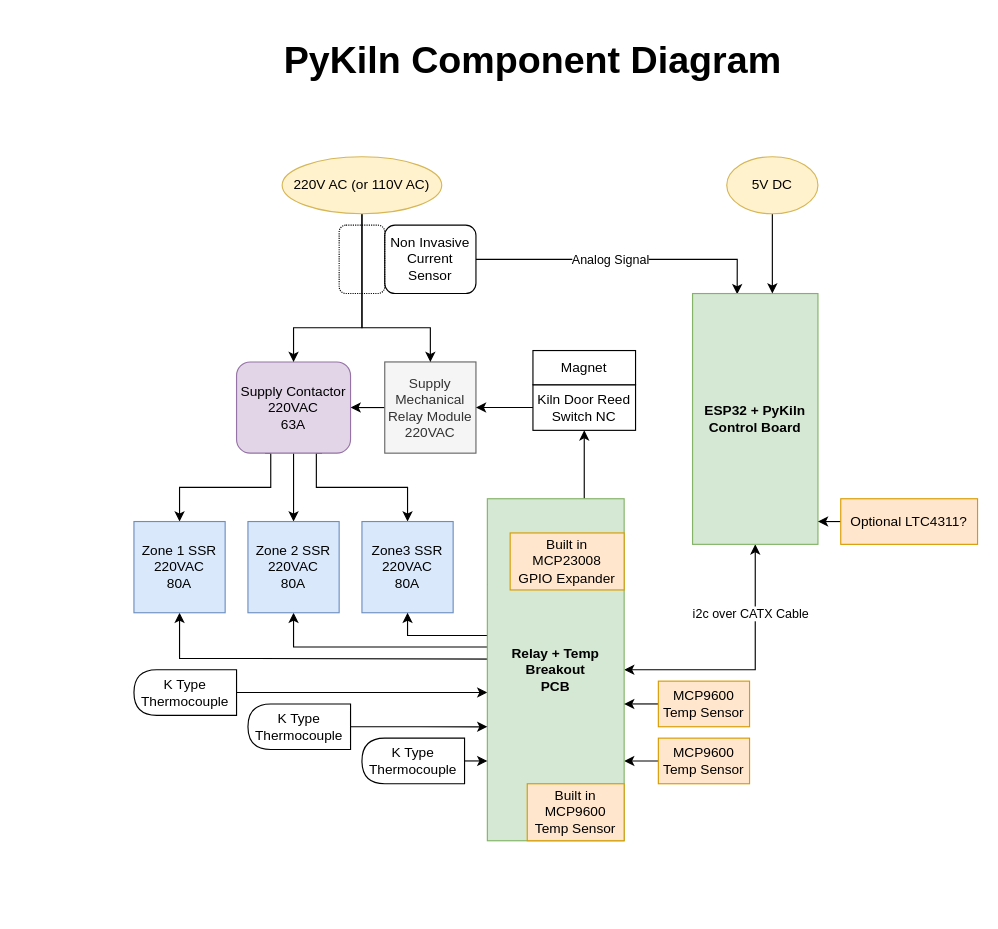
CurlyTaleGamesLLC/PyKiln keeps this draw.io diagram as wiring/pykiln-component-diagram.drawio. Above is the earlier version. Source tidied: cells renumbered, new cells numbered last; positions are measured from the earlier drawing's top-left corner, leaving out a move shared by most shapes. Both pictures are drawn from the tidied source at 114%, with x=0, y=0 at pixel (133, 19).
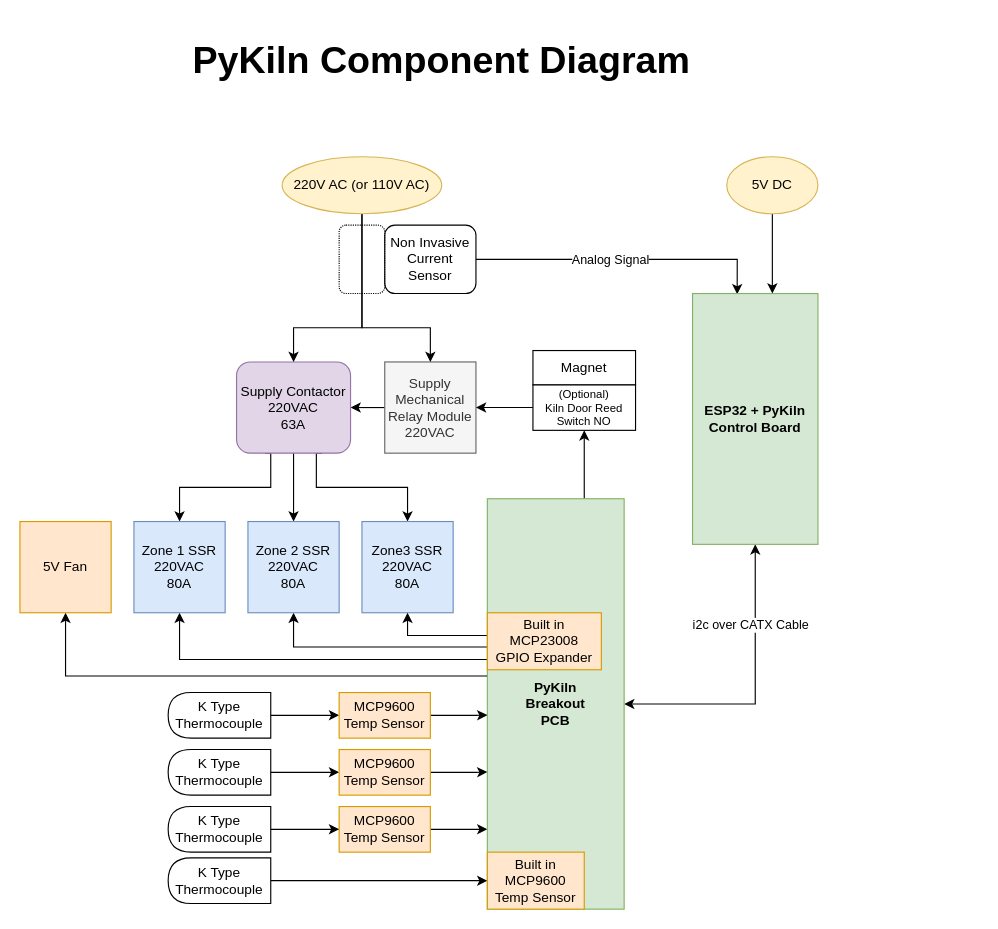
After the change.

The change refers to these unchanged cells:
```xml
<mxCell id="8" value="ESP32 + PyKiln &lt;br&gt;Control Board" style="rounded=0;whiteSpace=wrap;html=1;fillColor=#d5e8d4;strokeColor=#82b366;fontStyle=1;" parent="1" vertex="1">
  <mxGeometry x="490" y="240" width="110" height="220" as="geometry" />
</mxCell>
```

Change to the diagram source:
```diff
@@
-    <mxCell id="21" style="edgeStyle=orthogonalEdgeStyle;rounded=0;jettySize=auto;html=1;entryX=1;entryY=0.767;entryDx=0;entryDy=0;entryPerimeter=0;" parent="1" edge="1" source="22" target="32">
-      <mxGeometry relative="1" as="geometry" />
+    <mxCell id="21" style="edgeStyle=orthogonalEdgeStyle;rounded=0;jettySize=auto;html=1;" parent="1" edge="1" source="22">
+      <mxGeometry relative="1" as="geometry">
+        <mxPoint x="310" y="710" as="targetPoint" />
+        <Array as="points">
+          <mxPoint x="310" y="710" />
+        </Array>
+      </mxGeometry>
     </mxCell>
     <mxCell id="22" value="MCP9600 Temp Sensor" style="rounded=0;whiteSpace=wrap;html=1;fillColor=#ffe6cc;strokeColor=#d79b00;" parent="1" vertex="1">
-      <mxGeometry x="460" y="630" width="80" height="40" as="geometry" />
+      <mxGeometry x="180" y="690" width="80" height="40" as="geometry" />
     </mxCell>
-    <mxCell id="23" style="edgeStyle=orthogonalEdgeStyle;rounded=0;jettySize=auto;html=1;exitX=0;exitY=0.5;exitDx=0;exitDy=0;" parent="1" edge="1" source="24">
-      <mxGeometry relative="1" as="geometry">
-        <mxPoint x="310" y="590" as="targetPoint" />
-        <Array as="points">
-          <mxPoint x="300" y="590" />
-          <mxPoint x="300" y="590" />
-        </Array>
-      </mxGeometry>
+    <mxCell id="23" style="edgeStyle=orthogonalEdgeStyle;rounded=0;jettySize=auto;html=1;exitX=0;exitY=0.5;exitDx=0;exitDy=0;entryX=0;entryY=0.5;entryDx=0;entryDy=0;" parent="1" edge="1" source="24" target="45">
+      <mxGeometry relative="1" as="geometry" />
     </mxCell>
     <mxCell id="24" value="K Type Thermocouple" style="shape=delay;whiteSpace=wrap;html=1;direction=west;" parent="1" vertex="1">
-      <mxGeometry y="570" width="90" height="40" as="geometry" />
+      <mxGeometry x="30" y="640" width="90" height="40" as="geometry" />
     </mxCell>
@@
     <mxCell id="29" value="PyKiln Component Diagram" style="text;html=1;strokeColor=none;fillColor=none;align=center;verticalAlign=middle;whiteSpace=wrap;rounded=0;fontSize=33;fontStyle=1;" parent="1" vertex="1">
-      <mxGeometry width="700" height="70" as="geometry" />
+      <mxGeometry x="-80" width="700" height="70" as="geometry" />
     </mxCell>
@@
-    <mxCell id="32" value="Relay + Temp&lt;br&gt;Breakout&lt;br&gt;PCB" style="rounded=0;whiteSpace=wrap;html=1;fillColor=#d5e8d4;strokeColor=#82b366;fontStyle=1;" parent="1" vertex="1">
-      <mxGeometry x="310" y="420" width="120" height="300" as="geometry" />
+    <mxCell id="32" value="PyKiln&lt;br&gt;Breakout&lt;br&gt;PCB" style="rounded=0;whiteSpace=wrap;html=1;fillColor=#d5e8d4;strokeColor=#82b366;fontStyle=1;" parent="1" vertex="1">
+      <mxGeometry x="310" y="420" width="120" height="360" as="geometry" />
     </mxCell>
-    <mxCell id="33" style="edgeStyle=orthogonalEdgeStyle;rounded=0;jettySize=auto;html=1;entryX=0;entryY=0.667;entryDx=0;entryDy=0;entryPerimeter=0;" parent="1" edge="1" source="34" target="32">
+    <mxCell id="33" style="edgeStyle=orthogonalEdgeStyle;rounded=0;jettySize=auto;html=1;entryX=0;entryY=0.5;entryDx=0;entryDy=0;" parent="1" edge="1" source="34" target="22">
       <mxGeometry relative="1" as="geometry" />
     </mxCell>
     <mxCell id="34" value="K Type Thermocouple" style="shape=delay;whiteSpace=wrap;html=1;direction=west;" parent="1" vertex="1">
-      <mxGeometry x="100" y="600" width="90" height="40" as="geometry" />
+      <mxGeometry x="30" y="690" width="90" height="40" as="geometry" />
     </mxCell>
-    <mxCell id="35" style="edgeStyle=orthogonalEdgeStyle;rounded=0;jettySize=auto;html=1;entryX=0;entryY=0.767;entryDx=0;entryDy=0;entryPerimeter=0;" parent="1" edge="1" source="36" target="32">
+    <mxCell id="35" style="edgeStyle=orthogonalEdgeStyle;rounded=0;jettySize=auto;html=1;entryX=0;entryY=0.5;entryDx=0;entryDy=0;" parent="1" edge="1" source="36" target="40">
       <mxGeometry relative="1" as="geometry" />
     </mxCell>
     <mxCell id="36" value="K Type Thermocouple" style="shape=delay;whiteSpace=wrap;html=1;direction=west;" parent="1" vertex="1">
-      <mxGeometry x="200" y="630" width="90" height="40" as="geometry" />
+      <mxGeometry x="30" y="735" width="90" height="40" as="geometry" />
     </mxCell>
@@
-    <mxCell id="38" value="Kiln Door Reed Switch NC" style="rounded=0;whiteSpace=wrap;html=1;" parent="1" vertex="1">
+    <mxCell id="38" value="(Optional)&lt;br style=&quot;font-size: 10px&quot;&gt;Kiln Door Reed Switch NO" style="rounded=0;whiteSpace=wrap;html=1;fontSize=10;" parent="1" vertex="1">
       <mxGeometry x="350" y="320" width="90" height="40" as="geometry" />
     </mxCell>
@@
     <mxCell id="40" value="Built in MCP9600 Temp Sensor" style="rounded=0;whiteSpace=wrap;html=1;fillColor=#ffe6cc;strokeColor=#d79b00;" parent="1" vertex="1">
-      <mxGeometry x="345" y="670" width="85" height="50" as="geometry" />
+      <mxGeometry x="310" y="730" width="85" height="50" as="geometry" />
     </mxCell>
     <mxCell id="41" value="Built in MCP23008&lt;br&gt;GPIO Expander" style="rounded=0;whiteSpace=wrap;html=1;fillColor=#ffe6cc;strokeColor=#d79b00;" parent="1" vertex="1">
-      <mxGeometry x="330" y="450" width="100" height="50" as="geometry" />
+      <mxGeometry x="310" y="520" width="100" height="50" as="geometry" />
     </mxCell>
-    <mxCell id="42" style="edgeStyle=orthogonalEdgeStyle;rounded=0;jettySize=auto;html=1;exitX=0;exitY=0.5;exitDx=0;exitDy=0;entryX=1;entryY=0.91;entryDx=0;entryDy=0;entryPerimeter=0;" parent="1" edge="1" source="43" target="8">
-      <mxGeometry relative="1" as="geometry" />
-    </mxCell>
-    <mxCell id="43" value="Optional&amp;nbsp;LTC4311?" style="rounded=0;whiteSpace=wrap;html=1;fillColor=#ffe6cc;strokeColor=#d79b00;" parent="1" vertex="1">
-      <mxGeometry x="620" y="420" width="120" height="40" as="geometry" />
-    </mxCell>
-    <mxCell id="44" style="edgeStyle=orthogonalEdgeStyle;rounded=0;jettySize=auto;html=1;exitX=0;exitY=0.5;exitDx=0;exitDy=0;entryX=1;entryY=0.6;entryDx=0;entryDy=0;entryPerimeter=0;" parent="1" edge="1" source="45" target="32">
-      <mxGeometry relative="1" as="geometry" />
+    <mxCell id="44" style="edgeStyle=orthogonalEdgeStyle;rounded=0;jettySize=auto;html=1;exitX=1;exitY=0.5;exitDx=0;exitDy=0;entryX=0;entryY=0.666;entryDx=0;entryDy=0;entryPerimeter=0;fontSize=10;" parent="1" edge="1" source="45" target="32">
+      <mxGeometry relative="1" as="geometry">
+        <Array as="points">
+          <mxPoint x="300" y="660" />
+        </Array>
+      </mxGeometry>
     </mxCell>
     <mxCell id="45" value="MCP9600 Temp Sensor" style="rounded=0;whiteSpace=wrap;html=1;fillColor=#ffe6cc;strokeColor=#d79b00;" parent="1" vertex="1">
-      <mxGeometry x="460" y="580" width="80" height="40" as="geometry" />
+      <mxGeometry x="180" y="640" width="80" height="40" as="geometry" />
     </mxCell>
+    <mxCell id="46" style="edgeStyle=orthogonalEdgeStyle;rounded=0;jettySize=auto;html=1;exitX=0;exitY=0.5;exitDx=0;exitDy=0;entryX=0;entryY=0.5;entryDx=0;entryDy=0;" parent="1" edge="1" source="47" target="49">
+      <mxGeometry relative="1" as="geometry" />
+    </mxCell>
+    <mxCell id="47" value="K Type Thermocouple" style="shape=delay;whiteSpace=wrap;html=1;direction=west;" parent="1" vertex="1">
+      <mxGeometry x="30" y="590" width="90" height="40" as="geometry" />
+    </mxCell>
+    <mxCell id="48" style="edgeStyle=orthogonalEdgeStyle;rounded=0;jettySize=auto;html=1;exitX=1;exitY=0.5;exitDx=0;exitDy=0;entryX=0;entryY=0.666;entryDx=0;entryDy=0;entryPerimeter=0;fontSize=10;" parent="1" edge="1" source="49">
+      <mxGeometry relative="1" as="geometry">
+        <mxPoint x="310" y="609.8" as="targetPoint" />
+        <Array as="points">
+          <mxPoint x="300" y="610" />
+        </Array>
+      </mxGeometry>
+    </mxCell>
+    <mxCell id="49" value="MCP9600 Temp Sensor" style="rounded=0;whiteSpace=wrap;html=1;fillColor=#ffe6cc;strokeColor=#d79b00;" parent="1" vertex="1">
+      <mxGeometry x="180" y="590" width="80" height="40" as="geometry" />
+    </mxCell>
+    <mxCell id="50" style="edgeStyle=orthogonalEdgeStyle;rounded=0;jettySize=auto;html=1;exitX=0.5;exitY=1;exitDx=0;exitDy=0;entryX=-0.002;entryY=0.432;entryDx=0;entryDy=0;entryPerimeter=0;fontSize=10;startArrow=classic;startFill=1;endArrow=none;endFill=0;" parent="1" edge="1" source="51" target="32">
+      <mxGeometry relative="1" as="geometry" />
+    </mxCell>
+    <mxCell id="51" value="5V Fan" style="whiteSpace=wrap;html=1;fillColor=#ffe6cc;strokeColor=#d79b00;" parent="1" vertex="1">
+      <mxGeometry x="-100" y="440" width="80" height="80" as="geometry" />
+    </mxCell>
```
